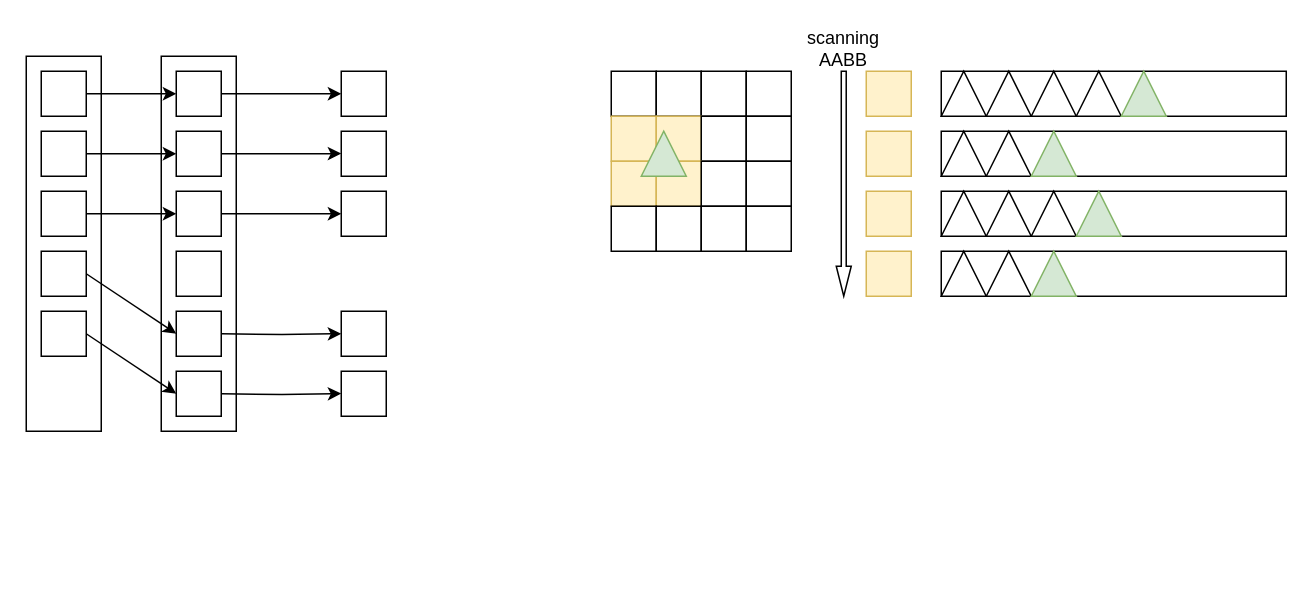
Earlier version of the draw.io diagram coarse-fine.drawio (spaceboy202105/img). Source tidied: cells renumbered, new cells numbered last; positions are measured from the earlier drawing's top-left corner, leaving out a move shared by most shapes. Both pictures are drawn from the tidied source at 150%, with x=0, y=0 at pixel (26, 26).
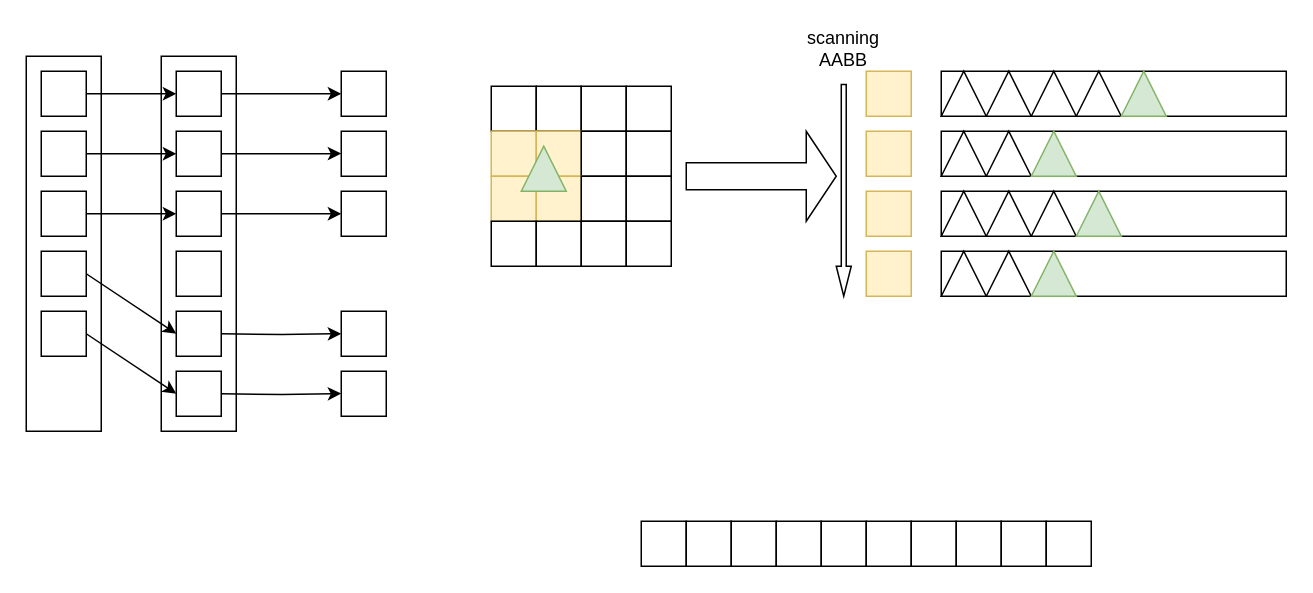
The same diagram, later.

The edit, as a diff of the source:
```diff
@@
     <mxCell id="30" style="rounded=0;whiteSpace=wrap;html=1;" parent="1" vertex="1">
-      <mxGeometry x="390" y="30" width="30" height="30" as="geometry" />
+      <mxGeometry x="310" y="40" width="30" height="30" as="geometry" />
     </mxCell>
     <mxCell id="31" style="rounded=0;whiteSpace=wrap;html=1;" parent="1" vertex="1">
-      <mxGeometry x="420" y="30" width="30" height="30" as="geometry" />
+      <mxGeometry x="340" y="40" width="30" height="30" as="geometry" />
     </mxCell>
     <mxCell id="32" style="rounded=0;whiteSpace=wrap;html=1;" parent="1" vertex="1">
-      <mxGeometry x="450" y="30" width="30" height="30" as="geometry" />
+      <mxGeometry x="370" y="40" width="30" height="30" as="geometry" />
     </mxCell>
     <mxCell id="33" style="rounded=0;whiteSpace=wrap;html=1;" parent="1" vertex="1">
-      <mxGeometry x="480" y="30" width="30" height="30" as="geometry" />
+      <mxGeometry x="400" y="40" width="30" height="30" as="geometry" />
     </mxCell>
     <mxCell id="34" style="rounded=0;whiteSpace=wrap;html=1;fillColor=#fff2cc;strokeColor=#d6b656;" parent="1" vertex="1">
-      <mxGeometry x="390" y="60" width="30" height="30" as="geometry" />
+      <mxGeometry x="310" y="70" width="30" height="30" as="geometry" />
     </mxCell>
     <mxCell id="35" style="rounded=0;whiteSpace=wrap;html=1;fillColor=#fff2cc;strokeColor=#d6b656;" parent="1" vertex="1">
-      <mxGeometry x="420" y="60" width="30" height="30" as="geometry" />
+      <mxGeometry x="340" y="70" width="30" height="30" as="geometry" />
     </mxCell>
     <mxCell id="36" style="rounded=0;whiteSpace=wrap;html=1;" parent="1" vertex="1">
-      <mxGeometry x="450" y="60" width="30" height="30" as="geometry" />
+      <mxGeometry x="370" y="70" width="30" height="30" as="geometry" />
     </mxCell>
     <mxCell id="37" style="rounded=0;whiteSpace=wrap;html=1;" parent="1" vertex="1">
-      <mxGeometry x="480" y="60" width="30" height="30" as="geometry" />
+      <mxGeometry x="400" y="70" width="30" height="30" as="geometry" />
     </mxCell>
     <mxCell id="38" style="rounded=0;whiteSpace=wrap;html=1;fillColor=#fff2cc;strokeColor=#d6b656;" parent="1" vertex="1">
-      <mxGeometry x="390" y="90" width="30" height="30" as="geometry" />
+      <mxGeometry x="310" y="100" width="30" height="30" as="geometry" />
     </mxCell>
     <mxCell id="39" style="rounded=0;whiteSpace=wrap;html=1;fillColor=#fff2cc;strokeColor=#d6b656;" parent="1" vertex="1">
-      <mxGeometry x="420" y="90" width="30" height="30" as="geometry" />
+      <mxGeometry x="340" y="100" width="30" height="30" as="geometry" />
     </mxCell>
     <mxCell id="40" style="rounded=0;whiteSpace=wrap;html=1;" parent="1" vertex="1">
-      <mxGeometry x="450" y="90" width="30" height="30" as="geometry" />
+      <mxGeometry x="370" y="100" width="30" height="30" as="geometry" />
     </mxCell>
     <mxCell id="41" style="rounded=0;whiteSpace=wrap;html=1;" parent="1" vertex="1">
-      <mxGeometry x="480" y="90" width="30" height="30" as="geometry" />
+      <mxGeometry x="400" y="100" width="30" height="30" as="geometry" />
     </mxCell>
     <mxCell id="42" style="rounded=0;whiteSpace=wrap;html=1;" parent="1" vertex="1">
-      <mxGeometry x="390" y="120" width="30" height="30" as="geometry" />
+      <mxGeometry x="310" y="130" width="30" height="30" as="geometry" />
     </mxCell>
     <mxCell id="43" style="rounded=0;whiteSpace=wrap;html=1;" parent="1" vertex="1">
-      <mxGeometry x="420" y="120" width="30" height="30" as="geometry" />
+      <mxGeometry x="340" y="130" width="30" height="30" as="geometry" />
     </mxCell>
     <mxCell id="44" style="rounded=0;whiteSpace=wrap;html=1;" parent="1" vertex="1">
-      <mxGeometry x="450" y="120" width="30" height="30" as="geometry" />
+      <mxGeometry x="370" y="130" width="30" height="30" as="geometry" />
     </mxCell>
     <mxCell id="45" style="rounded=0;whiteSpace=wrap;html=1;" parent="1" vertex="1">
-      <mxGeometry x="480" y="120" width="30" height="30" as="geometry" />
+      <mxGeometry x="400" y="130" width="30" height="30" as="geometry" />
     </mxCell>
     <mxCell id="46" style="triangle;whiteSpace=wrap;html=1;rotation=-90;fillColor=#d5e8d4;strokeColor=#82b366;" parent="1" vertex="1">
-      <mxGeometry x="410" y="70" width="30" height="30" as="geometry" />
+      <mxGeometry x="330" y="80" width="30" height="30" as="geometry" />
     </mxCell>
@@
     <mxCell id="70" style="html=1;shadow=0;dashed=0;align=center;verticalAlign=middle;shape=mxgraph.arrows2.arrow;dy=0.67;dx=20;notch=0;rotation=90;" parent="1" vertex="1">
-      <mxGeometry x="470" y="100" width="150" height="10" as="geometry" />
+      <mxGeometry x="474.4" y="104.4" width="141.2" height="10" as="geometry" />
     </mxCell>
@@
+    <mxCell id="72" style="shape=singleArrow;whiteSpace=wrap;html=1;" parent="1" vertex="1">
+      <mxGeometry x="440" y="70" width="100" height="60" as="geometry" />
+    </mxCell>
+    <mxCell id="73" style="rounded=0;whiteSpace=wrap;html=1;rotation=-90;" parent="1" vertex="1">
+      <mxGeometry x="410" y="330" width="30" height="30" as="geometry" />
+    </mxCell>
+    <mxCell id="74" style="rounded=0;whiteSpace=wrap;html=1;rotation=-90;" parent="1" vertex="1">
+      <mxGeometry x="440" y="330" width="30" height="30" as="geometry" />
+    </mxCell>
+    <mxCell id="75" style="rounded=0;whiteSpace=wrap;html=1;rotation=-90;" parent="1" vertex="1">
+      <mxGeometry x="470" y="330" width="30" height="30" as="geometry" />
+    </mxCell>
+    <mxCell id="76" style="rounded=0;whiteSpace=wrap;html=1;rotation=-90;" parent="1" vertex="1">
+      <mxGeometry x="500" y="330" width="30" height="30" as="geometry" />
+    </mxCell>
+    <mxCell id="77" style="rounded=0;whiteSpace=wrap;html=1;rotation=-90;" parent="1" vertex="1">
+      <mxGeometry x="530" y="330" width="30" height="30" as="geometry" />
+    </mxCell>
+    <mxCell id="78" style="rounded=0;whiteSpace=wrap;html=1;rotation=-90;" parent="1" vertex="1">
+      <mxGeometry x="560" y="330" width="30" height="30" as="geometry" />
+    </mxCell>
+    <mxCell id="79" style="rounded=0;whiteSpace=wrap;html=1;rotation=-90;" parent="1" vertex="1">
+      <mxGeometry x="590" y="330" width="30" height="30" as="geometry" />
+    </mxCell>
+    <mxCell id="80" style="rounded=0;whiteSpace=wrap;html=1;rotation=-90;" parent="1" vertex="1">
+      <mxGeometry x="620" y="330" width="30" height="30" as="geometry" />
+    </mxCell>
+    <mxCell id="81" style="rounded=0;whiteSpace=wrap;html=1;rotation=-90;" parent="1" vertex="1">
+      <mxGeometry x="650" y="330" width="30" height="30" as="geometry" />
+    </mxCell>
+    <mxCell id="82" style="rounded=0;whiteSpace=wrap;html=1;rotation=-90;" parent="1" vertex="1">
+      <mxGeometry x="680" y="330" width="30" height="30" as="geometry" />
+    </mxCell>
```
